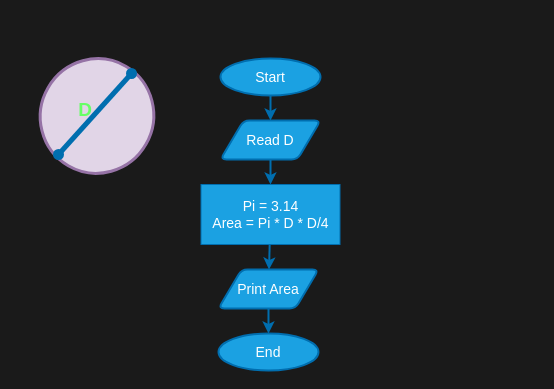
The draw.io diagram 16-problem19.drawio in hatim77100/algorithme-c-, before the edit. Source tidied: cells renumbered, new cells numbered last; positions are measured from the earlier drawing's top-left corner, leaving out a move shared by most shapes. Both pictures are drawn from the tidied source at 100%, with x=0, y=0 at pixel (40, 58).
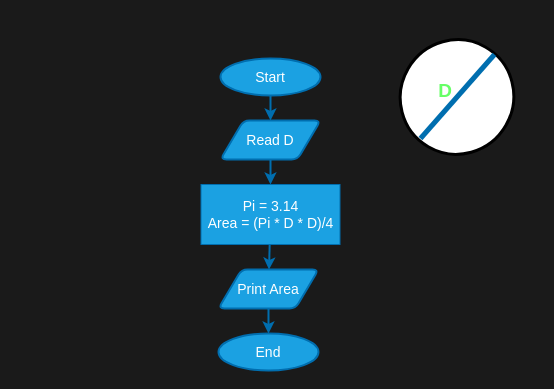
After the change.

The edit, as a diff of the source:
```diff
@@
 <mxGraphModel background="#1A1A1A">
   <root>
     <mxCell id="0" />
     <mxCell id="1" parent="0" />
     <mxCell id="2" style="edgeStyle=none;html=1;fontSize=14;strokeWidth=2;fillColor=#1ba1e2;strokeColor=#006EAF;" parent="1" edge="1" source="3" target="5">
       <mxGeometry relative="1" as="geometry" />
     </mxCell>
     <mxCell id="3" value="&lt;font style=&quot;font-size: 14px;&quot;&gt;Start&lt;/font&gt;" style="strokeWidth=2;html=1;shape=mxgraph.flowchart.start_1;whiteSpace=wrap;fillColor=#1ba1e2;fontColor=#ffffff;strokeColor=#006EAF;" parent="1" vertex="1">
       <mxGeometry x="180" width="100" height="37" as="geometry" />
     </mxCell>
     <mxCell id="4" style="edgeStyle=none;html=1;strokeWidth=2;fontSize=14;fillColor=#1ba1e2;strokeColor=#006EAF;" parent="1" edge="1" source="5" target="7">
       <mxGeometry relative="1" as="geometry" />
     </mxCell>
     <mxCell id="5" value="Read D" style="shape=parallelogram;html=1;strokeWidth=2;perimeter=parallelogramPerimeter;whiteSpace=wrap;rounded=1;arcSize=12;size=0.23;fontSize=14;fillColor=#1ba1e2;fontColor=#ffffff;strokeColor=#006EAF;" parent="1" vertex="1">
       <mxGeometry x="180" y="62" width="100" height="39" as="geometry" />
     </mxCell>
     <mxCell id="6" style="edgeStyle=none;html=1;strokeWidth=2;fontSize=14;fillColor=#1ba1e2;strokeColor=#006EAF;" parent="1" edge="1" source="7" target="9">
       <mxGeometry relative="1" as="geometry" />
     </mxCell>
-    <mxCell id="7" value="Pi = 3.14&lt;br&gt;Area = Pi * D * D/4" style="whiteSpace=wrap;html=1;fontSize=14;fillColor=#1ba1e2;fontColor=#ffffff;strokeColor=#006EAF;" parent="1" vertex="1">
+    <mxCell id="7" value="Pi = 3.14&lt;br&gt;Area = (Pi * D * D)/4" style="whiteSpace=wrap;html=1;fontSize=14;fillColor=#1ba1e2;fontColor=#ffffff;strokeColor=#006EAF;" parent="1" vertex="1">
       <mxGeometry x="160.5" y="126" width="139" height="60" as="geometry" />
     </mxCell>
     <mxCell id="8" style="edgeStyle=none;html=1;strokeWidth=2;fontSize=14;fillColor=#1ba1e2;strokeColor=#006EAF;" parent="1" edge="1" source="9" target="10">
       <mxGeometry relative="1" as="geometry" />
     </mxCell>
     <mxCell id="9" value="Print Area" style="shape=parallelogram;html=1;strokeWidth=2;perimeter=parallelogramPerimeter;whiteSpace=wrap;rounded=1;arcSize=12;size=0.23;fontSize=14;fillColor=#1ba1e2;fontColor=#ffffff;strokeColor=#006EAF;" parent="1" vertex="1">
       <mxGeometry x="178" y="211" width="100" height="39" as="geometry" />
     </mxCell>
     <mxCell id="10" value="&lt;font style=&quot;font-size: 14px;&quot;&gt;End&lt;/font&gt;" style="strokeWidth=2;html=1;shape=mxgraph.flowchart.start_1;whiteSpace=wrap;fillColor=#1ba1e2;fontColor=#ffffff;strokeColor=#006EAF;" parent="1" vertex="1">
       <mxGeometry x="178" y="275" width="100" height="37" as="geometry" />
     </mxCell>
-    <mxCell id="11" style="verticalLabelPosition=bottom;verticalAlign=top;html=1;shape=mxgraph.flowchart.on-page_reference;fontSize=14;strokeColor=#9673a6;strokeWidth=3;rotation=30;fillColor=#e1d5e7;" parent="1" vertex="1">
-      <mxGeometry width="113" height="115" as="geometry" />
+    <mxCell id="11" style="verticalLabelPosition=bottom;verticalAlign=top;html=1;shape=mxgraph.flowchart.on-page_reference;fontSize=14;strokeColor=default;strokeWidth=3;rotation=30;" parent="1" vertex="1">
+      <mxGeometry x="360" y="-19" width="113" height="115" as="geometry" />
     </mxCell>
-    <mxCell id="12" style="endArrow=oval;startArrow=oval;html=1;strokeWidth=5;fontSize=14;fillColor=#1ba1e2;strokeColor=#006EAF;startFill=1;endFill=1;" parent="1" edge="1">
+    <mxCell id="12" style="endArrow=none;startArrow=none;html=1;strokeWidth=5;fontSize=14;fillColor=#1ba1e2;strokeColor=#006EAF;startFill=0;endFill=0;exitX=0.599;exitY=0.017;exitDx=0;exitDy=0;exitPerimeter=0;" parent="1" edge="1" source="11">
       <mxGeometry relative="1" as="geometry">
-        <mxPoint x="91" y="15" as="sourcePoint" />
-        <mxPoint x="18" y="96" as="targetPoint" />
+        <mxPoint x="380" y="80" as="targetPoint" />
       </mxGeometry>
     </mxCell>
     <mxCell id="13" value="&lt;font style=&quot;font-size: 19px;&quot; color=&quot;#66ff66&quot;&gt;&lt;b&gt;D&lt;/b&gt;&lt;/font&gt;" style="text;align=center;html=1;verticalAlign=middle;whiteSpace=wrap;rounded=0;strokeWidth=3;fontSize=14;" parent="1" vertex="1">
-      <mxGeometry x="15" y="37" width="60" height="30" as="geometry" />
+      <mxGeometry x="375" y="18" width="60" height="30" as="geometry" />
     </mxCell>
   </root>
 </mxGraphModel>
```
